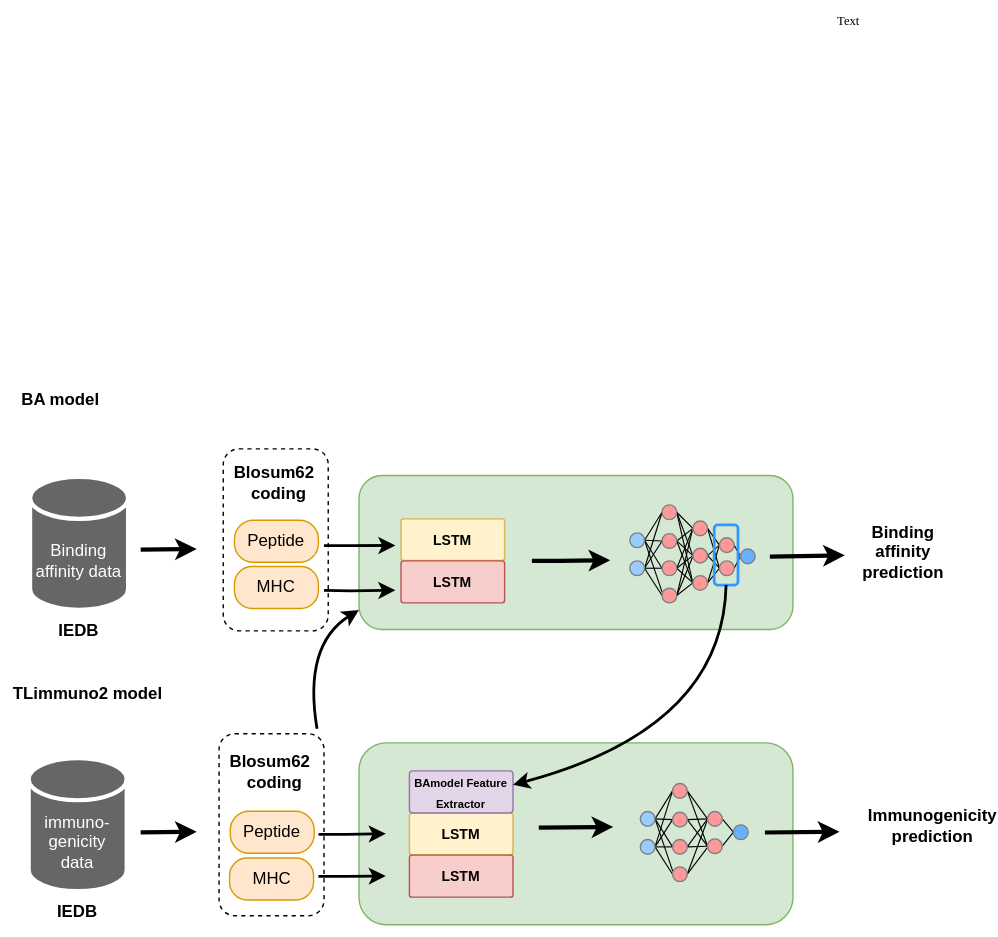
Earlier version of the draw.io export summary-fig-2-2.drawio.svg (GuangShuaiWang/Diagram). Source tidied: cells renumbered, new cells last; positions are measured from the earlier drawing's top-left corner, leaving out a move shared by most shapes.
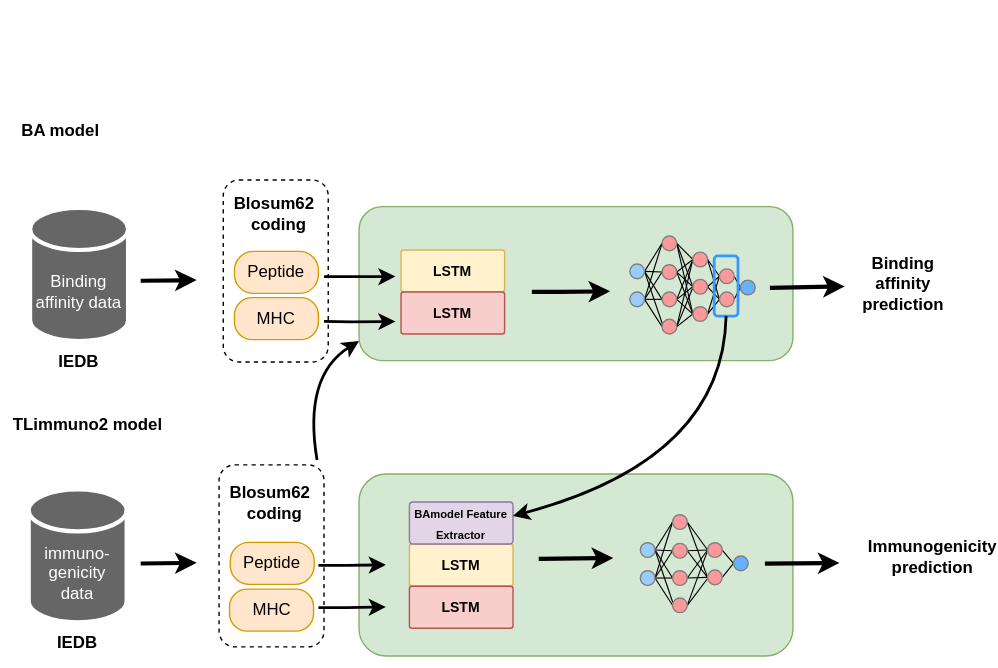
After the change.

Change to the diagram source:
```diff
@@ -344,9 +344,6 @@
         <mxPoint x="437.6" y="590.1" as="targetPoint" />
       </mxGeometry>
     </mxCell>
-    <mxCell id="101" value="Text" style="text;html=1;strokeColor=none;fillColor=none;align=center;verticalAlign=middle;whiteSpace=wrap;rounded=1;strokeWidth=1;fontFamily=Times New Roman;fontSize=9;" parent="1" vertex="1">
-      <mxGeometry x="576" width="60" height="30" as="geometry" />
-    </mxCell>
     <mxCell id="102" value="LSTM" style="text;html=1;strokeColor=#d6b656;fillColor=#fff2cc;align=center;verticalAlign=middle;whiteSpace=wrap;rounded=1;fontFamily=Helvetica;fontSize=10;arcSize=6;fontStyle=1;" parent="1" vertex="1">
       <mxGeometry x="292" y="580.2" width="74" height="29.8" as="geometry" />
     </mxCell>
```
